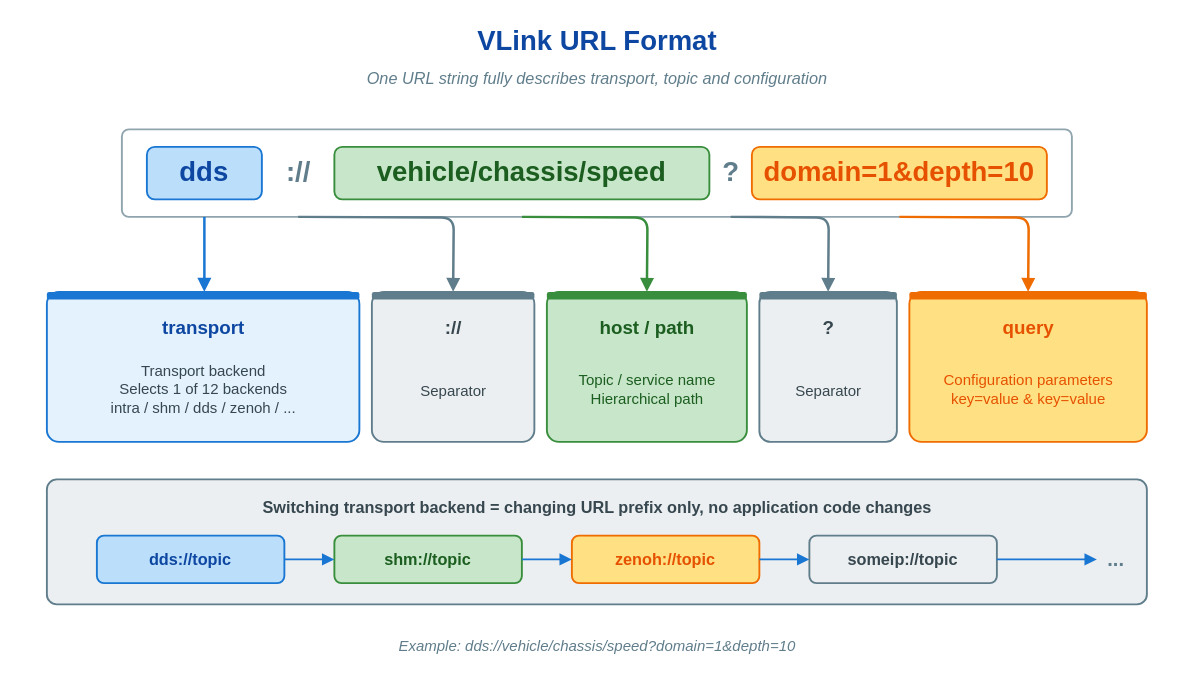
thun-res/vlink keeps this draw.io diagram as doc/images/url-format.drawio. Above is the earlier version. Source tidied: cells renumbered, new cells numbered last; positions are measured from the earlier drawing's top-left corner, leaving out a move shared by most shapes. Both pictures are drawn from the tidied source at 125%, with x=0, y=0 at pixel (21, 21).
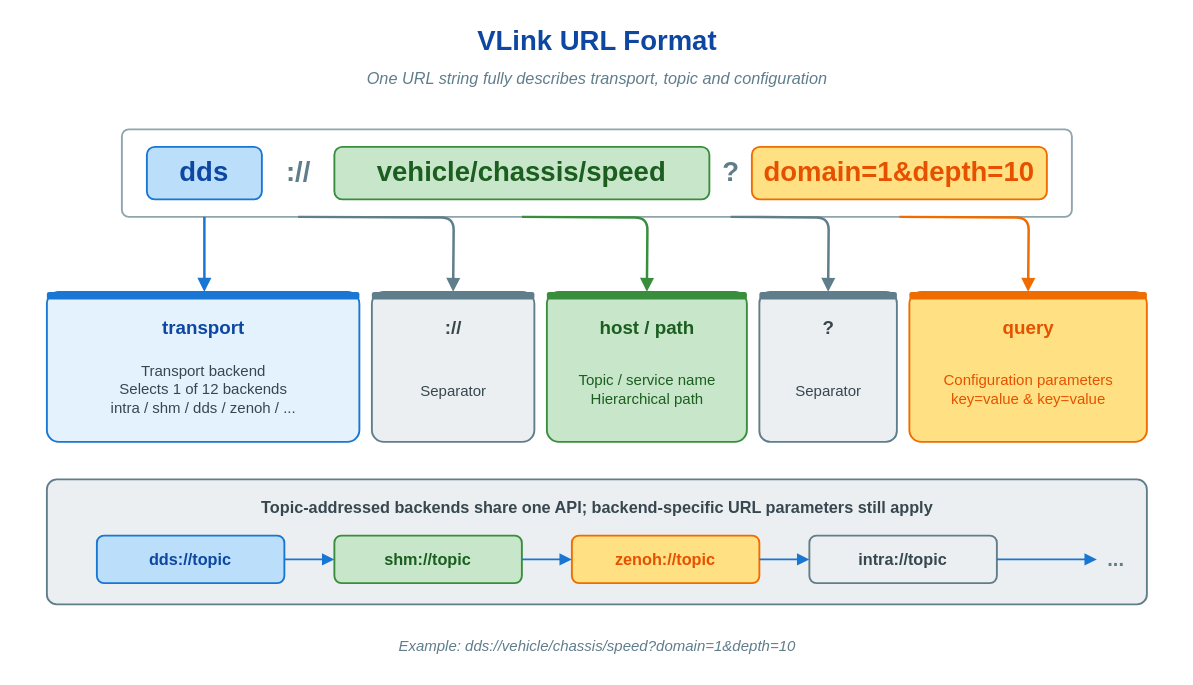
The same diagram, later.

Diff of the diagram source:
```diff
@@
-    <mxCell id="36" value="Switching transport backend = changing URL prefix only, no application code changes" style="text;html=1;align=center;verticalAlign=middle;strokeColor=none;fillColor=none;fontFamily=Helvetica;fontSize=13;fontStyle=1;fontColor=#37474f;" parent="1" vertex="1">
+    <mxCell id="36" value="Topic-addressed backends share one API; backend-specific URL parameters still apply" style="text;html=1;align=center;verticalAlign=middle;strokeColor=none;fillColor=none;fontFamily=Helvetica;fontSize=13;fontStyle=1;fontColor=#37474f;" parent="1" vertex="1">
       <mxGeometry x="20" y="376" width="880" height="24" as="geometry" />
     </mxCell>
@@
-    <mxCell id="40" value="someip://topic" style="rounded=1;whiteSpace=wrap;html=1;fillColor=#eceff1;strokeColor=#607d8b;strokeWidth=1.5;fontFamily=Helvetica;fontSize=13;fontStyle=1;fontColor=#37474f;align=center;verticalAlign=middle;shadow=0;" parent="1" vertex="1">
+    <mxCell id="40" value="intra://topic" style="rounded=1;whiteSpace=wrap;html=1;fillColor=#eceff1;strokeColor=#607d8b;strokeWidth=1.5;fontFamily=Helvetica;fontSize=13;fontStyle=1;fontColor=#37474f;align=center;verticalAlign=middle;shadow=0;" parent="1" vertex="1">
       <mxGeometry x="630" y="411" width="150" height="38" as="geometry" />
     </mxCell>
```
